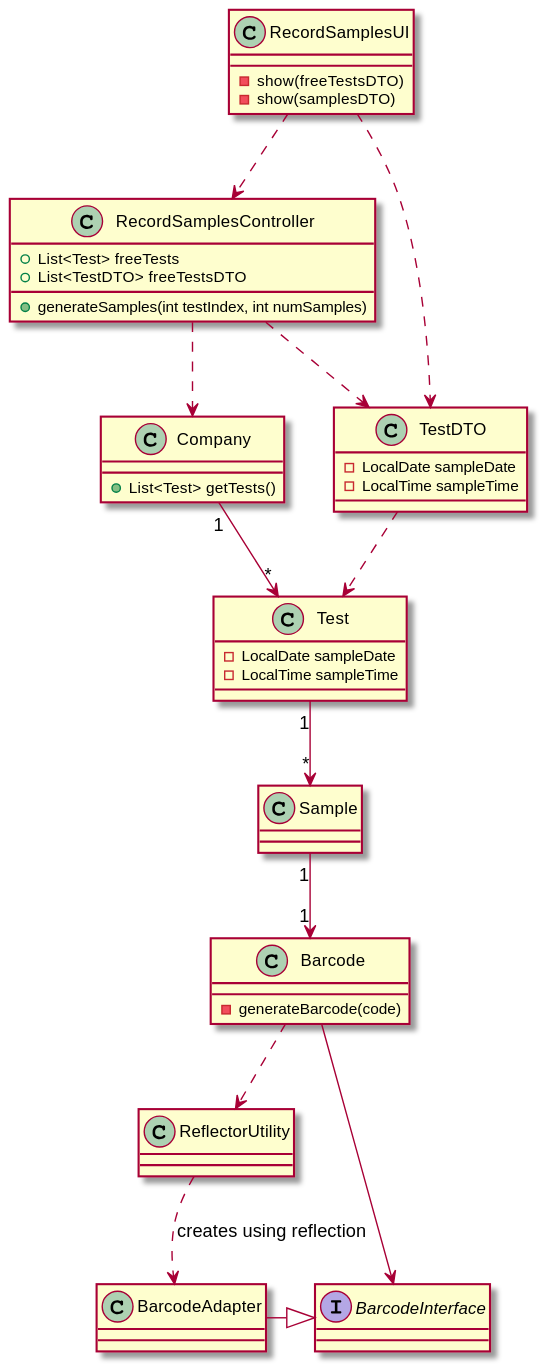
The PlantUML diagram docs/SprintC/US5/US5-CD.svg in jsmarques98/LAPR2-ISEP, before a commit. Source of this version:
```plantuml
@startuml
class RecordSamplesUI {
 -show(freeTestsDTO)
 -show(samplesDTO)
}

class RecordSamplesController {
  +List<Test> freeTests
  +List<TestDTO> freeTestsDTO
  +generateSamples(int testIndex, int numSamples)
}



class Company {
  +List<Test> getTests()
}

RecordSamplesController ..> Company

class Test {
-LocalDate sampleDate
-LocalTime sampleTime

}


class TestDTO {
-LocalDate sampleDate
-LocalTime sampleTime

}

RecordSamplesController ..> TestDTO
RecordSamplesUI ..> TestDTO
TestDTO ..> Test

Company "1" --> "*" Test

class Sample {

}

Test "1" --> "*" Sample

class Barcode {
 -generateBarcode(code)
}

Sample "1" --> "1" Barcode

interface BarcodeInterface

class ReflectorUtility

class BarcodeAdapter

BarcodeAdapter -|> BarcodeInterface

ReflectorUtility ..> BarcodeAdapter : creates using reflection

RecordSamplesUI ..> RecordSamplesController

Barcode --> BarcodeInterface

Barcode ..> ReflectorUtility

@enduml
```
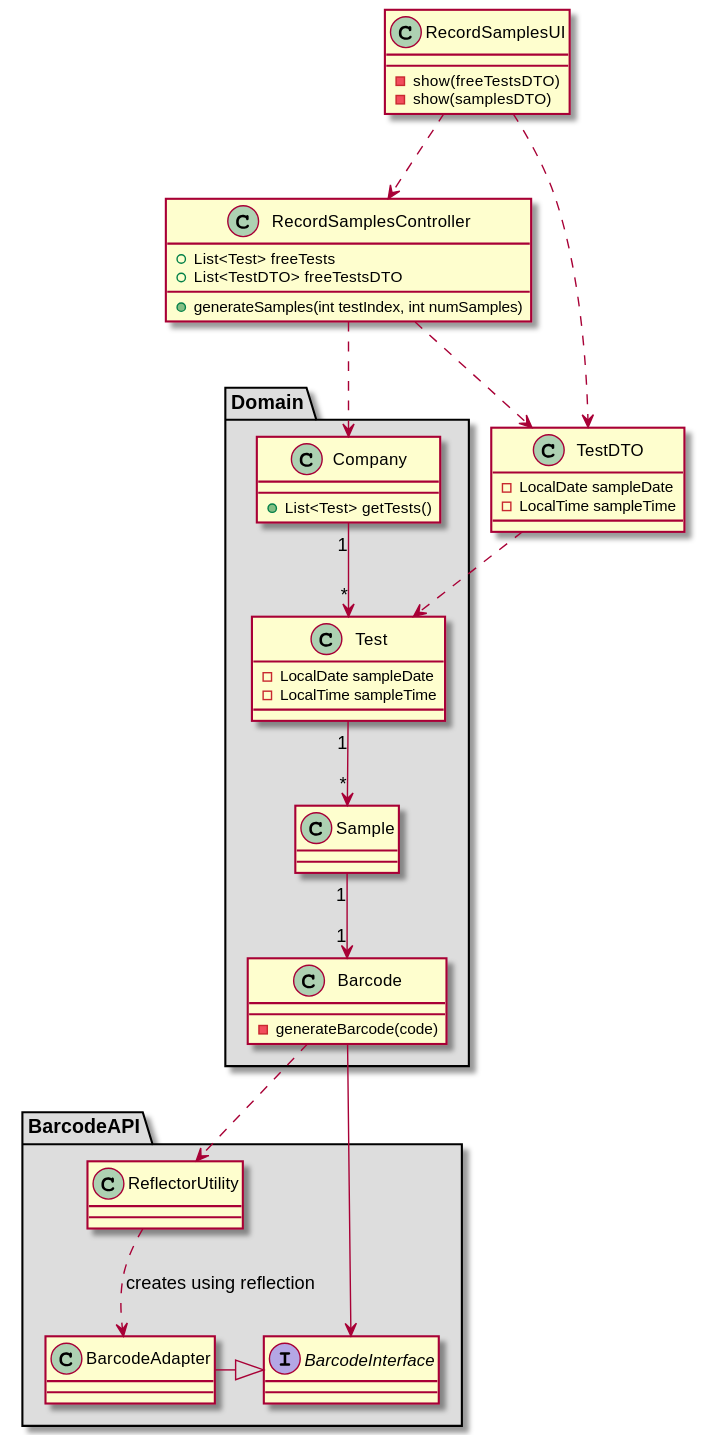
After the commit.

Commit message:
US 5 - Documentation - updated class diagram

The edit, as a diff of the source:
```diff
@@ -11,18 +11,25 @@
 }
 
 
-
+package "Domain" #DDDDDD {
 class Company {
   +List<Test> getTests()
 }
-
-RecordSamplesController ..> Company
-
 class Test {
 -LocalDate sampleDate
 -LocalTime sampleTime
+}
+class Sample {
 
 }
+class Barcode {
+ -generateBarcode(code)
+}
+
+}
+RecordSamplesController ..> Company
+
+
 
 
 class TestDTO {
@@ -37,23 +44,20 @@
 
 Company "1" --> "*" Test
 
-class Sample {
 
-}
 
 Test "1" --> "*" Sample
 
-class Barcode {
- -generateBarcode(code)
-}
 
 Sample "1" --> "1" Barcode
 
+package "BarcodeAPI" #DDDDDD {
 interface BarcodeInterface
 
 class ReflectorUtility
 
 class BarcodeAdapter
+}
 
 BarcodeAdapter -|> BarcodeInterface
 
```
